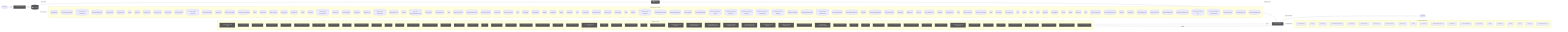
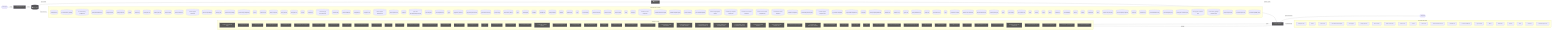
flowchart LR
  UserQ(["👤 User Query"])
  Embed["📐 Embedding Model"]
  VecDB[("📚 Vector Store")]
  Retriever["🔍 Retriever"]
  LLMNode["🧠 LLM / Generator"]
  Output(["✅ Response"])
  UserQ -->|query| Embed
  Embed -->|vector| VecDB
  VecDB -->|top-k chunks| Retriever
  Retriever -->|context + query| LLMNode
  LLMNode -->|generated answer| Output
  subgraph DetectedMemory["Detected memory stores"]
    det_detectedmemory_cli_dispatch_test_54c9f17b[("cli-dispatch.test")]
    det_detectedmemory_run_local_memory_preflight_36e92808[("run-local-memory-preflight")]
    det_detectedmemory_run_local_memory_preflight_test_1d7c5aa0[("run-local-memory-preflight.test")]
    det_detectedmemory_pr_template_validator_test_569b1cef[("pr-template-validator.test")]
    det_detectedmemory_tooling_audit_test_d2aee28c[("tooling-audit.test")]
    det_detectedmemory_tooling_audit_core_328d6a41[("tooling-audit-core")]
    det_detectedmemory_search_24193290[("search")]
    det_detectedmemory_search_test_0c66bc11[("search.test")]
    det_detectedmemory_review_gate_test_000e2ed6[("review-gate.test")]
    det_detectedmemory_review_gate_core_4c8001f9[("review-gate-core")]
    det_detectedmemory_review_context_ca6cf81d[("review-context")]
    det_detectedmemory_review_context_test_89806d6c[("review-context.test")]
    det_detectedmemory_refresh_diagram_context_test_03bf21c4[("refresh-diagram-context.test")]
    det_detectedmemory_pattern_scope_siblings_43abe000[("pattern-scope-siblings")]
    det_detectedmemory_memory_gate_a577a506[("memory-gate")]
    det_detectedmemory_local_memory_preflight_dcc36c42[("local-memory-preflight")]
    det_detectedmemory_local_memory_preflight_test_5e323bbf[("local-memory-preflight.test")]
    det_detectedmemory_init_test_cbba76a6[("init.test")]
    det_detectedmemory_index_context_de3ed39d[("index-context")]
    det_detectedmemory_index_context_test_1949ea6f[("index-context.test")]
    det_detectedmemory_docs_gate_test_a25e972f[("docs-gate.test")]
    det_detectedmemory_docs_gate_core_eb9b6c18[("docs-gate-core")]
    det_detectedmemory_context_ea7792a2[("context")]
    det_detectedmemory_context_test_57aad306[("context.test")]
    det_detectedmemory_context_integrity_acceptance_test_59f961b1[("context-integrity-acceptance.test")]
    det_detectedmemory_context_health_80bb7da9[("context-health")]
    det_detectedmemory_context_health_test_3b5b87f3[("context-health.test")]
    det_detectedmemory_ci_migrate_test_2a015bb9[("ci-migrate.test")]
    det_detectedmemory_ci_migrate_core_7005b5af[("ci-migrate-core")]
    det_detectedmemory_check_diagram_freshness_test_c1dc40aa[("check-diagram-freshness.test")]
    det_detectedmemory_branch_protect_core_a8feb0fd[("branch-protect-core")]
    det_detectedmemory_brain_test_428d4d67[("brain.test")]
    det_detectedmemory_agent_first_throughput_integration_test_dc677cc4[("agent-first-throughput.integration.test")]
    det_detectedmemory_overload_guard_2748c559[("overload-guard")]
    det_detectedmemory_overload_guard_test_6ece9f86[("overload-guard.test")]
-     det_detectedmemory_types_3_9675d69b[("types")]
+     det_detectedmemory_types_2_d9bc6e7a[("types")]
    det_detectedmemory_suggestion_generator_0956f794[("suggestion-generator")]
    det_detectedmemory_suggestion_generator_test_f68e9892[("suggestion-generator.test")]
    det_detectedmemory_performance_overload_c685bfcf[("performance-overload")]
    det_detectedmemory_local_memory_0db17ecc[("local-memory")]
    det_detectedmemory_local_memory_smoke_1175abfc[("local-memory-smoke")]
-     det_detectedmemory_types_8_f6283648[("types")]
+     det_detectedmemory_types_7_2f1ed65e[("types")]
    det_detectedmemory_claim_helpers_20dc8387[("claim-helpers")]
-     det_detectedmemory_tooling_baseline_50ab2eeb[("tooling-baseline")]
    det_detectedmemory_classifier_fe1991a9[("classifier")]
    det_detectedmemory_classifier_test_3859cceb[("classifier.test")]
+     det_detectedmemory_tooling_baseline_50ab2eeb[("tooling-baseline")]
    det_detectedmemory_validator_1_0c0621d8[("validator")]
    det_detectedmemory_validator_test_1_c5015ca0[("validator.test")]
    det_detectedmemory_types_12_2b09659a[("types")]
    det_detectedmemory_metrics_tracker_98cec29c[("metrics-tracker")]
    det_detectedmemory_metrics_tracker_test_3de156fa[("metrics-tracker.test")]
    det_detectedmemory_branch_enforcer_acb749cd[("branch-enforcer")]
    det_detectedmemory_review_context_1_e3afed15[("review-context")]
    det_detectedmemory_index_2_10143590[("index")]
    det_detectedmemory_eval_seed_5699fd3e[("eval-seed")]
    det_detectedmemory_workflow_contract_scripts_test_681e2e3c[("workflow-contract-scripts.test")]
    det_detectedmemory_scaffold_workflow_template_92310587[("scaffold-workflow-template")]
    det_detectedmemory_scaffold_template_registry_b1cce2aa[("scaffold-template-registry")]
    det_detectedmemory_scaffold_surfaces_12d6494e[("scaffold-surfaces")]
    det_detectedmemory_scaffold_shell_templates_0ad0f915[("scaffold-shell-templates")]
    det_detectedmemory_scaffold_script_template_registry_69312d4e[("scaffold-script-template-registry")]
    det_detectedmemory_scaffold_script_template_registry_test_6a8ebefe[("scaffold-script-template-registry.test")]
    det_detectedmemory_scaffold_root_command_templates_404fed7f[("scaffold-root-command-templates")]
    det_detectedmemory_scaffold_root_command_templates_test_14596939[("scaffold-root-command-templates.test")]
    det_detectedmemory_scaffold_environment_templates_c1ceba6a[("scaffold-environment-templates")]
    det_detectedmemory_scaffold_doc_templates_f6152330[("scaffold-doc-templates")]
    det_detectedmemory_scaffold_diagram_templates_dd88e83c[("scaffold-diagram-templates")]
    det_detectedmemory_scaffold_diagram_templates_test_f3774c28[("scaffold-diagram-templates.test")]
    det_detectedmemory_project_brain_templates_7ef51530[("project-brain-templates")]
    det_detectedmemory_project_brain_templates_test_0b6509f2[("project-brain-templates.test")]
    det_detectedmemory_init_modes_c05ceb07[("init-modes")]
    det_detectedmemory_codex_preflight_symlink_test_037558db[("codex-preflight-symlink.test")]
-     det_detectedmemory_harness_decision_test_7e5a4fe5[("harness-decision.test")]
    det_detectedmemory_validator_test_5_2bb3219d[("validator.test")]
    det_detectedmemory_validator_core_1_1518647e[("validator-core")]
    det_detectedmemory_types_core_1_8bd0f8fd[("types-core")]
    det_detectedmemory_policy_validators_core_714a3fe7[("policy-validators-core")]
    det_detectedmemory_loader_test_03424671[("loader.test")]
    det_detectedmemory_json_schema_core_96d7e328[("json-schema-core")]
    det_detectedmemory_index_5_522f772a[("index")]
    det_detectedmemory_harness_run_context_ac7c77a9[("harness-run-context")]
    det_detectedmemory_harness_run_context_test_c6937fed[("harness-run-context.test")]
-     det_detectedmemory_types_19_eb4ad5f0[("types")]
+     det_detectedmemory_harness_decision_test_7e5a4fe5[("harness-decision.test")]
+     det_detectedmemory_branch_protect_sync_570adb18[("branch-protect-sync")]
+     det_detectedmemory_types_20_071a0112[("types")]
    det_detectedmemory_sync_contract_c79fa191[("sync-contract")]
    det_detectedmemory_sync_contract_test_5dc3165c[("sync-contract.test")]
    det_detectedmemory_store_824d80d7[("store")]
    det_detectedmemory_sources_1_e133d97d[("sources")]
    det_detectedmemory_rollout_a4fa034c[("rollout")]
    det_detectedmemory_ollama_76e3c7bf[("ollama")]
    det_detectedmemory_ollama_test_71f9750e[("ollama.test")]
    det_detectedmemory_lexical_fallback_723e2b3e[("lexical-fallback")]
    det_detectedmemory_init_error_5c7dd49f[("init-error")]
    det_detectedmemory_indexer_70fa78e5[("indexer")]
    det_detectedmemory_indexer_test_d492f0aa[("indexer.test")]
    det_detectedmemory_index_6_fc9e91e2[("index")]
    det_detectedmemory_context_compact_policy_3dcaf95d[("context-compact-policy")]
    det_detectedmemory_context_compact_policy_test_da148267[("context-compact-policy.test")]
    det_detectedmemory_constants_7517017f[("constants")]
    det_detectedmemory_constants_test_5492ae98[("constants.test")]
+     det_detectedmemory_module_boundaries_test_c0caf46b[("module-boundaries.test")]
    det_detectedmemory_command_registry_test_0cf92cba[("command-registry.test")]
-     det_detectedmemory_branch_protect_sync_570adb18[("branch-protect-sync")]
-     det_detectedmemory_module_boundaries_test_c0caf46b[("module-boundaries.test")]
    det_detectedmemory_review_gate_command_spec_3187376a[("review-gate-command-spec")]
    det_detectedmemory_memory_gate_command_spec_dc9001a9[("memory-gate-command-spec")]
    det_detectedmemory_local_memory_preflight_command_spec_9e23f3ce[("local-memory-preflight-command-spec")]
    det_detectedmemory_command_specs_test_7f693e85[("command-specs.test")]
    det_detectedmemory_command_specs_core_1c0ffc99[("command-specs-core")]
    det_detectedmemory_command_capability_rules_ca3f496a[("command-capability-rules")]
  end
  VecDB -. "implemented by" .-> DetectedMemory
  subgraph DetectedLLM["Detected LLM clients"]
    det_detectedllm_cli_dispatch_test_54c9f17b["cli-dispatch.test"]
    det_detectedllm_search_24193290["search"]
    det_detectedllm_search_test_0c66bc11["search.test"]
    det_detectedllm_remediate_runner_helpers_929fedcc["remediate-runner-helpers"]
    det_detectedllm_prompt_gate_c5e9d207["prompt-gate"]
    det_detectedllm_prompt_gate_test_1a442b27["prompt-gate.test"]
    det_detectedllm_index_context_de3ed39d["index-context"]
    det_detectedllm_index_context_test_1949ea6f["index-context.test"]
    det_detectedllm_contract_test_2262847f["contract.test"]
    det_detectedllm_context_ea7792a2["context"]
    det_detectedllm_context_test_57aad306["context.test"]
    det_detectedllm_check_environment_core_2c16213f["check-environment-core"]
    det_detectedllm_sensitive_text_7c11f760["sensitive-text"]
    det_detectedllm_north_star_validators_cfc926ce["north-star-validators"]
    det_detectedllm_sync_contract_c79fa191["sync-contract"]
    det_detectedllm_ollama_76e3c7bf["ollama"]
    det_detectedllm_ollama_test_71f9750e["ollama.test"]
    det_detectedllm_indexer_70fa78e5["indexer"]
    det_detectedllm_index_6_fc9e91e2["index"]
    det_detectedllm_constants_7517017f["constants"]
    det_detectedllm_command_specs_core_1c0ffc99["command-specs-core"]
  end
  LLMNode -. "implemented by" .-> DetectedLLM
  subgraph DetectedTools["Agentic tool calls"]
    det_detectedtools_collect_observed_eval_usage_1724425c["🔧 collect-observed-eval-usage"]
    det_detectedtools_verify_work_test_0e12f6c5["🔧 verify-work.test"]
    det_detectedtools_review_gate_test_000e2ed6["🔧 review-gate.test"]
    det_detectedtools_review_gate_core_4c8001f9["🔧 review-gate-core"]
    det_detectedtools_remediate_test_6f59cafe["🔧 remediate.test"]
    det_detectedtools_remediate_runner_helpers_929fedcc["🔧 remediate-runner-helpers"]
    det_detectedtools_remediate_cli_output_cc165396["🔧 remediate-cli-output"]
    det_detectedtools_pr_closeout_test_1_be1a0df1["🔧 pr-closeout.test"]
    det_detectedtools_policy_gate_213f7313["🔧 policy-gate"]
    det_detectedtools_next_blocked_decisions_4140ad2b["🔧 next-blocked-decisions"]
    det_detectedtools_learnings_test_e45e0253["🔧 learnings.test"]
    det_detectedtools_init_test_cbba76a6["🔧 init.test"]
    det_detectedtools_doctor_test_e032e8b5["🔧 doctor.test"]
    det_detectedtools_doctor_tool_checks_4acac51a["🔧 doctor-tool-checks"]
    det_detectedtools_doctor_github_tool_checks_a53b0382["🔧 doctor-github-tool-checks"]
    det_detectedtools_doctor_checks_5a2eb2b9["🔧 doctor-checks"]
    det_detectedtools_docs_gate_test_a25e972f["🔧 docs-gate.test"]
    det_detectedtools_ci_migrate_core_7005b5af["🔧 ci-migrate-core"]
-     det_detectedtools_types_1_4ecdf56e["🔧 types"]
+     det_detectedtools_types_4_822d0f88["🔧 types"]
    det_detectedtools_orchestrator_test_1_c291cde7["🔧 orchestrator.test"]
-     det_detectedtools_tooling_baseline_50ab2eeb["🔧 tooling-baseline"]
-     det_detectedtools_tooling_baseline_test_d272ddb6["🔧 tooling-baseline.test"]
-     det_detectedtools_evaluation_engine_core_e054fe49["🔧 evaluation-engine-core"]
    det_detectedtools_normalise_test_73e8a615["🔧 normalise.test"]
    det_detectedtools_normalise_renderer_85f2e563["🔧 normalise-renderer"]
    det_detectedtools_normalise_he_phase_exit_test_1788efc4["🔧 normalise-he-phase-exit.test"]
+     det_detectedtools_evaluation_engine_core_e054fe49["🔧 evaluation-engine-core"]
+     det_detectedtools_tooling_baseline_50ab2eeb["🔧 tooling-baseline"]
+     det_detectedtools_tooling_baseline_test_d272ddb6["🔧 tooling-baseline.test"]
    det_detectedtools_validator_1_0c0621d8["🔧 validator"]
    det_detectedtools_metrics_tracker_98cec29c["🔧 metrics-tracker"]
    det_detectedtools_metrics_tracker_test_3de156fa["🔧 metrics-tracker.test"]
-     det_detectedtools_client_1_914e1681["🔧 client"]
    det_detectedtools_scaffold_shell_quality_test_79567d03["🔧 scaffold-shell-quality.test"]
    det_detectedtools_scaffold_release_private_npm_template_075499f8["🔧 scaffold-release-private-npm-template"]
    det_detectedtools_scaffold_github_actions_pr_pipeline_template_e2b85f62["🔧 scaffold-github-actions-pr-pipeline-template"]
    det_detectedtools_scaffold_github_actions_pr_pipeline_template_test_be464a7b["🔧 scaffold-github-actions-pr-pipeline-template.test"]
    det_detectedtools_scaffold_github_actions_pr_pipeline_renderer_1ee18de5["🔧 scaffold-github-actions-pr-pipeline-renderer"]
    det_detectedtools_scaffold_github_actions_pr_pipeline_renderer_test_2cc38272["🔧 scaffold-github-actions-pr-pipeline-renderer.test"]
    det_detectedtools_scaffold_environment_templates_c1ceba6a["🔧 scaffold-environment-templates"]
    det_detectedtools_scaffold_environment_templates_test_b31b6a0c["🔧 scaffold-environment-templates.test"]
    det_detectedtools_scaffold_config_templates_4b80ce53["🔧 scaffold-config-templates"]
    det_detectedtools_scaffold_codex_environment_templates_334fbbed["🔧 scaffold-codex-environment-templates"]
    det_detectedtools_scaffold_ci_templates_2afd6392["🔧 scaffold-ci-templates"]
    det_detectedtools_init_output_360dce91["🔧 init-output"]
    det_detectedtools_pr_creator_dc6b1ea4["🔧 pr-creator"]
+     det_detectedtools_client_948fe603["🔧 client"]
    det_detectedtools_closure_evidence_aaa31467["🔧 closure-evidence"]
    det_detectedtools_observed_skill_usage_ed7d5930["🔧 observed-skill-usage"]
    det_detectedtools_observed_skill_usage_test_311c215a["🔧 observed-skill-usage.test"]
    det_detectedtools_ralph_runtime_73d63c0e["🔧 ralph-runtime"]
-     det_detectedtools_he_phase_exit_core_1148895b["🔧 he-phase-exit-core"]
-     det_detectedtools_harness_closeout_gate_contracts_test_db1c74a7["🔧 harness-closeout-gate-contracts.test"]
    det_detectedtools_validator_helpers_7b927667["🔧 validator-helpers"]
    det_detectedtools_validator_core_1_1518647e["🔧 validator-core"]
    det_detectedtools_types_core_1_8bd0f8fd["🔧 types-core"]
    det_detectedtools_policy_validators_core_714a3fe7["🔧 policy-validators-core"]
+     det_detectedtools_he_phase_exit_core_1148895b["🔧 he-phase-exit-core"]
+     det_detectedtools_harness_closeout_gate_contracts_test_db1c74a7["🔧 harness-closeout-gate-contracts.test"]
+     det_detectedtools_module_boundaries_test_c0caf46b["🔧 module-boundaries.test"]
    det_detectedtools_command_registry_test_0cf92cba["🔧 command-registry.test"]
-     det_detectedtools_module_boundaries_test_c0caf46b["🔧 module-boundaries.test"]
    det_detectedtools_command_capability_rules_ca3f496a["🔧 command-capability-rules"]
    det_detectedtools_command_capabilities_a4d5c71e["🔧 command-capabilities"]
  end
  LLMNode -->|tool use| DetectedTools
  DetectedTools -->|result| LLMNode
  classDef memNode fill:#555,color:#fff
  class VecDB,Retriever memNode
  classDef llmNode fill:#555,color:#fff
  class LLMNode,Embed llmNode
  classDef toolNode fill:#555,color:#fff
-   class det_detectedtools_collect_observed_eval_usage_1724425c,det_detectedtools_verify_work_test_0e12f6c5,det_detectedtools_review_gate_test_000e2ed6,det_detectedtools_review_gate_core_4c8001f9,det_detectedtools_remediate_test_6f59cafe,det_detectedtools_remediate_runner_helpers_929fedcc,det_detectedtools_remediate_cli_output_cc165396,det_detectedtools_pr_closeout_test_1_be1a0df1,det_detectedtools_policy_gate_213f7313,det_detectedtools_next_blocked_decisions_4140ad2b,det_detectedtools_learnings_test_e45e0253,det_detectedtools_init_test_cbba76a6,det_detectedtools_doctor_test_e032e8b5,det_detectedtools_doctor_tool_checks_4acac51a,det_detectedtools_doctor_github_tool_checks_a53b0382,det_detectedtools_doctor_checks_5a2eb2b9,det_detectedtools_docs_gate_test_a25e972f,det_detectedtools_ci_migrate_core_7005b5af,det_detectedtools_types_1_4ecdf56e,det_detectedtools_orchestrator_test_1_c291cde7,det_detectedtools_tooling_baseline_50ab2eeb,det_detectedtools_tooling_baseline_test_d272ddb6,det_detectedtools_evaluation_engine_core_e054fe49,det_detectedtools_normalise_test_73e8a615,det_detectedtools_normalise_renderer_85f2e563,det_detectedtools_normalise_he_phase_exit_test_1788efc4,det_detectedtools_validator_1_0c0621d8,det_detectedtools_metrics_tracker_98cec29c,det_detectedtools_metrics_tracker_test_3de156fa,det_detectedtools_client_1_914e1681,det_detectedtools_scaffold_shell_quality_test_79567d03,det_detectedtools_scaffold_release_private_npm_template_075499f8,det_detectedtools_scaffold_github_actions_pr_pipeline_template_e2b85f62,det_detectedtools_scaffold_github_actions_pr_pipeline_template_test_be464a7b,det_detectedtools_scaffold_github_actions_pr_pipeline_renderer_1ee18de5,det_detectedtools_scaffold_github_actions_pr_pipeline_renderer_test_2cc38272,det_detectedtools_scaffold_environment_templates_c1ceba6a,det_detectedtools_scaffold_environment_templates_test_b31b6a0c,det_detectedtools_scaffold_config_templates_4b80ce53,det_detectedtools_scaffold_codex_environment_templates_334fbbed,det_detectedtools_scaffold_ci_templates_2afd6392,det_detectedtools_init_output_360dce91,det_detectedtools_pr_creator_dc6b1ea4,det_detectedtools_closure_evidence_aaa31467,det_detectedtools_observed_skill_usage_ed7d5930,det_detectedtools_observed_skill_usage_test_311c215a,det_detectedtools_ralph_runtime_73d63c0e,det_detectedtools_he_phase_exit_core_1148895b,det_detectedtools_harness_closeout_gate_contracts_test_db1c74a7,det_detectedtools_validator_helpers_7b927667,det_detectedtools_validator_core_1_1518647e,det_detectedtools_types_core_1_8bd0f8fd,det_detectedtools_policy_validators_core_714a3fe7,det_detectedtools_command_registry_test_0cf92cba,det_detectedtools_module_boundaries_test_c0caf46b,det_detectedtools_command_capability_rules_ca3f496a,det_detectedtools_command_capabilities_a4d5c71e toolNode
+   class det_detectedtools_collect_observed_eval_usage_1724425c,det_detectedtools_verify_work_test_0e12f6c5,det_detectedtools_review_gate_test_000e2ed6,det_detectedtools_review_gate_core_4c8001f9,det_detectedtools_remediate_test_6f59cafe,det_detectedtools_remediate_runner_helpers_929fedcc,det_detectedtools_remediate_cli_output_cc165396,det_detectedtools_pr_closeout_test_1_be1a0df1,det_detectedtools_policy_gate_213f7313,det_detectedtools_next_blocked_decisions_4140ad2b,det_detectedtools_learnings_test_e45e0253,det_detectedtools_init_test_cbba76a6,det_detectedtools_doctor_test_e032e8b5,det_detectedtools_doctor_tool_checks_4acac51a,det_detectedtools_doctor_github_tool_checks_a53b0382,det_detectedtools_doctor_checks_5a2eb2b9,det_detectedtools_docs_gate_test_a25e972f,det_detectedtools_ci_migrate_core_7005b5af,det_detectedtools_types_4_822d0f88,det_detectedtools_orchestrator_test_1_c291cde7,det_detectedtools_normalise_test_73e8a615,det_detectedtools_normalise_renderer_85f2e563,det_detectedtools_normalise_he_phase_exit_test_1788efc4,det_detectedtools_evaluation_engine_core_e054fe49,det_detectedtools_tooling_baseline_50ab2eeb,det_detectedtools_tooling_baseline_test_d272ddb6,det_detectedtools_validator_1_0c0621d8,det_detectedtools_metrics_tracker_98cec29c,det_detectedtools_metrics_tracker_test_3de156fa,det_detectedtools_scaffold_shell_quality_test_79567d03,det_detectedtools_scaffold_release_private_npm_template_075499f8,det_detectedtools_scaffold_github_actions_pr_pipeline_template_e2b85f62,det_detectedtools_scaffold_github_actions_pr_pipeline_template_test_be464a7b,det_detectedtools_scaffold_github_actions_pr_pipeline_renderer_1ee18de5,det_detectedtools_scaffold_github_actions_pr_pipeline_renderer_test_2cc38272,det_detectedtools_scaffold_environment_templates_c1ceba6a,det_detectedtools_scaffold_environment_templates_test_b31b6a0c,det_detectedtools_scaffold_config_templates_4b80ce53,det_detectedtools_scaffold_codex_environment_templates_334fbbed,det_detectedtools_scaffold_ci_templates_2afd6392,det_detectedtools_init_output_360dce91,det_detectedtools_pr_creator_dc6b1ea4,det_detectedtools_client_948fe603,det_detectedtools_closure_evidence_aaa31467,det_detectedtools_observed_skill_usage_ed7d5930,det_detectedtools_observed_skill_usage_test_311c215a,det_detectedtools_ralph_runtime_73d63c0e,det_detectedtools_validator_helpers_7b927667,det_detectedtools_validator_core_1_1518647e,det_detectedtools_types_core_1_8bd0f8fd,det_detectedtools_policy_validators_core_714a3fe7,det_detectedtools_he_phase_exit_core_1148895b,det_detectedtools_harness_closeout_gate_contracts_test_db1c74a7,det_detectedtools_module_boundaries_test_c0caf46b,det_detectedtools_command_registry_test_0cf92cba,det_detectedtools_command_capability_rules_ca3f496a,det_detectedtools_command_capabilities_a4d5c71e toolNode
